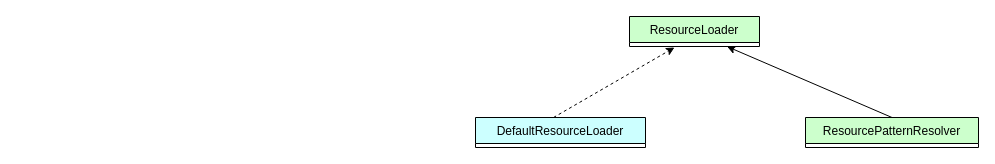
Earlier version of the draw.io diagram example.drawio (MuggleStar/draw_io). Source tidied: cells renumbered, new cells numbered last; positions are measured from the earlier drawing's top-left corner, leaving out a move shared by most shapes. Both pictures are drawn from the tidied source at 100%, with x=0, y=0 at pixel (475, 16).
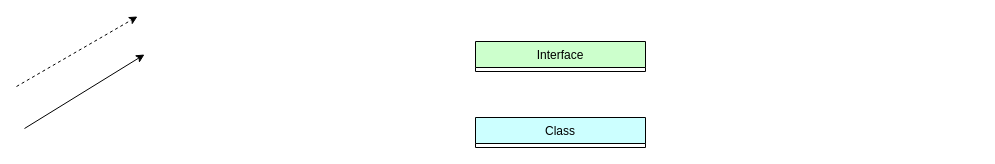
After the change.

Diff of the diagram source:
```diff
@@
 <mxGraphModel>
   <root>
     <mxCell id="0" />
     <mxCell id="1" parent="0" />
-    <mxCell id="2" value="ResourceLoader" style="swimlane;fontStyle=0;horizontal=1;startSize=26;fillColor=#CCFFCC;direction=east;strokeColor=default;swimlaneLine=1;glass=0;rounded=0;shadow=0;" parent="1" vertex="1" collapsed="1">
-      <mxGeometry x="154" width="130" height="30" as="geometry" />
-    </mxCell>
-    <mxCell id="3" value="DefaultResourceLoader" style="swimlane;fontStyle=0;horizontal=1;startSize=26;fillColor=#CCFFFF;direction=east;strokeColor=default;swimlaneLine=1;glass=0;rounded=0;shadow=0;" parent="1" vertex="1" collapsed="1">
+    <mxCell id="3" value="Class" style="swimlane;fontStyle=0;horizontal=1;startSize=26;fillColor=#CCFFFF;direction=east;strokeColor=default;swimlaneLine=1;glass=0;rounded=0;shadow=0;" parent="1" vertex="1" collapsed="1">
       <mxGeometry y="101" width="170" height="30" as="geometry" />
     </mxCell>
-    <mxCell id="4" value="ResourcePatternResolver" style="swimlane;fontStyle=0;horizontal=1;startSize=26;fillColor=#CCFFCC;direction=east;strokeColor=default;swimlaneLine=1;glass=0;rounded=0;shadow=0;" parent="1" vertex="1" collapsed="1">
-      <mxGeometry x="330" y="101" width="173" height="30" as="geometry" />
-    </mxCell>
     <mxCell id="5" style="endArrow=classic;html=1;rounded=0;dashed=1;" parent="1" edge="1">
       <mxGeometry relative="1" as="geometry">
-        <mxPoint x="78" y="101" as="sourcePoint" />
-        <mxPoint x="199" y="31" as="targetPoint" />
+        <mxPoint x="-459" y="70" as="sourcePoint" />
+        <mxPoint x="-338" as="targetPoint" />
       </mxGeometry>
     </mxCell>
-    <mxCell id="6" style="endArrow=classic;html=1;rounded=0;entryX=0.75;entryY=1;entryDx=0;entryDy=0;exitX=0.5;exitY=0;exitDx=0;exitDy=0;" parent="1" edge="1" source="4" target="2">
-      <mxGeometry relative="1" as="geometry" />
+    <mxCell id="6" style="endArrow=classic;html=1;rounded=0;" parent="1" edge="1">
+      <mxGeometry relative="1" as="geometry">
+        <mxPoint x="-451" y="112" as="sourcePoint" />
+        <mxPoint x="-331" y="38" as="targetPoint" />
+      </mxGeometry>
     </mxCell>
+    <mxCell id="7" value="Interface" style="swimlane;fontStyle=0;horizontal=1;startSize=26;fillColor=#CCFFCC;direction=east;strokeColor=default;swimlaneLine=1;glass=0;rounded=0;shadow=0;" parent="1" vertex="1" collapsed="1">
+      <mxGeometry y="25" width="170" height="30" as="geometry" />
+    </mxCell>
   </root>
 </mxGraphModel>
```
